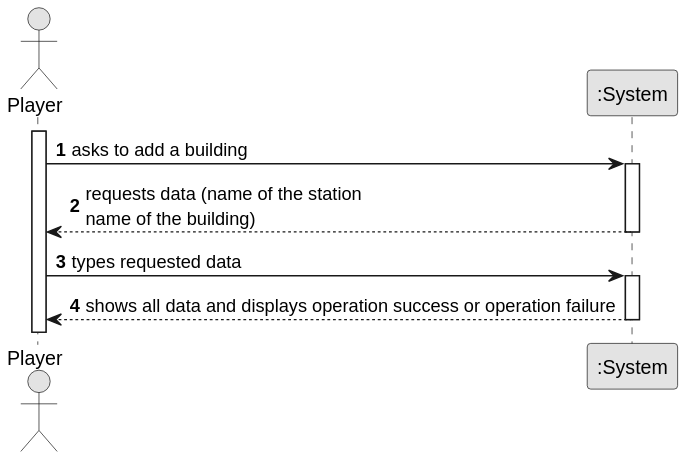
This is docs/sprint2/us006/01.requirements-engineering/svg/us006-system-sequence-diagram.svg from ivasduarte/all-aboard, a PlantUML export, as it was before one commit. The source it was exported from:
```plantuml
@startuml
skinparam monochrome true
skinparam packageStyle rectangle
skinparam shadowing false

autonumber

actor "Player" as Player
participant ":System" as System

activate Player

    Player -> System : asks to add a building
    activate System

    System --> Player : requests data (name of the station\nname of the building)
    deactivate System

    Player -> System : types requested data
    activate System

    System --> Player : shows all data and displays operation success or operation failure
    deactivate System
@enduml
```
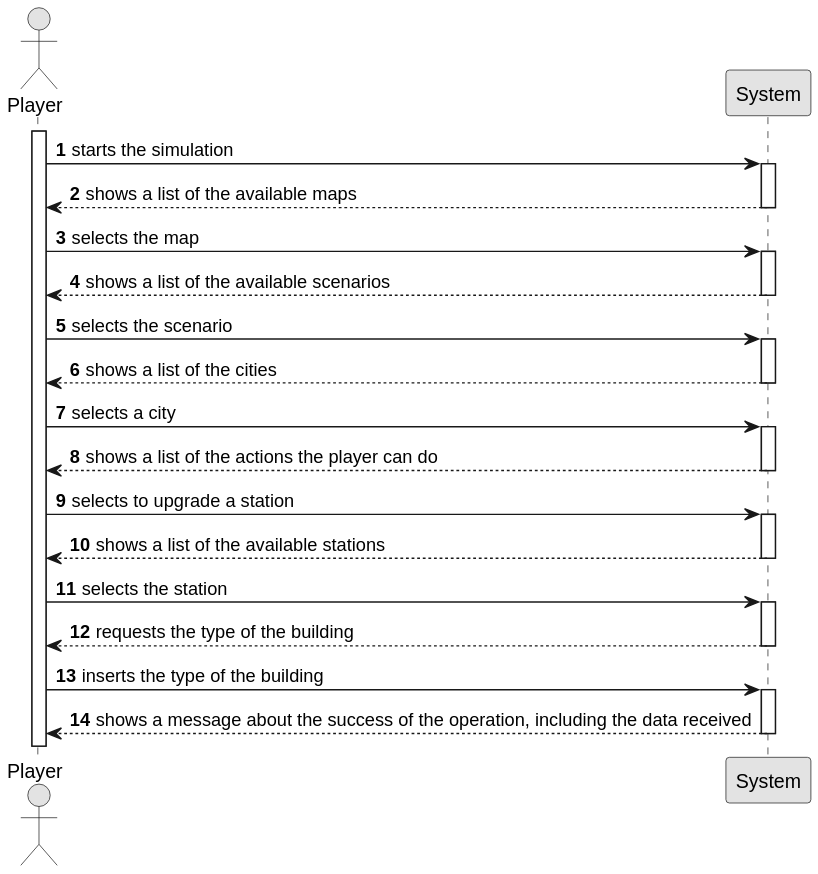
The same file after the commit.

The edit, as a diff of the source:
```diff
@@ -6,19 +6,49 @@
 autonumber
 
 actor "Player" as Player
-participant ":System" as System
+participant "System" as System
 
 activate Player
 
-    Player -> System : asks to add a building
+    Player -> System : starts the simulation
     activate System
 
-    System --> Player : requests data (name of the station\nname of the building)
+    System --> Player : shows a list of the available maps
     deactivate System
 
-    Player -> System : types requested data
+    Player -> System : selects the map
     activate System
 
-    System --> Player : shows all data and displays operation success or operation failure
+    System --> Player : shows a list of the available scenarios
+    deactivate System
+
+    Player -> System : selects the scenario
+    activate System
+
+    System --> Player : shows a list of the cities
+    deactivate System
+
+    Player -> System : selects a city
+    activate System
+
+    System --> Player : shows a list of the actions the player can do
+    deactivate System
+
+    Player -> System : selects to upgrade a station
+    activate System
+
+    System --> Player : shows a list of the available stations
+    deactivate System
+
+    Player -> System : selects the station
+    activate System
+
+    System --> Player : requests the type of the building
+    deactivate System
+
+    Player -> System : inserts the type of the building
+    activate System
+
+    System --> Player : shows a message about the success of the operation, including the data received
     deactivate System
 @enduml
```
